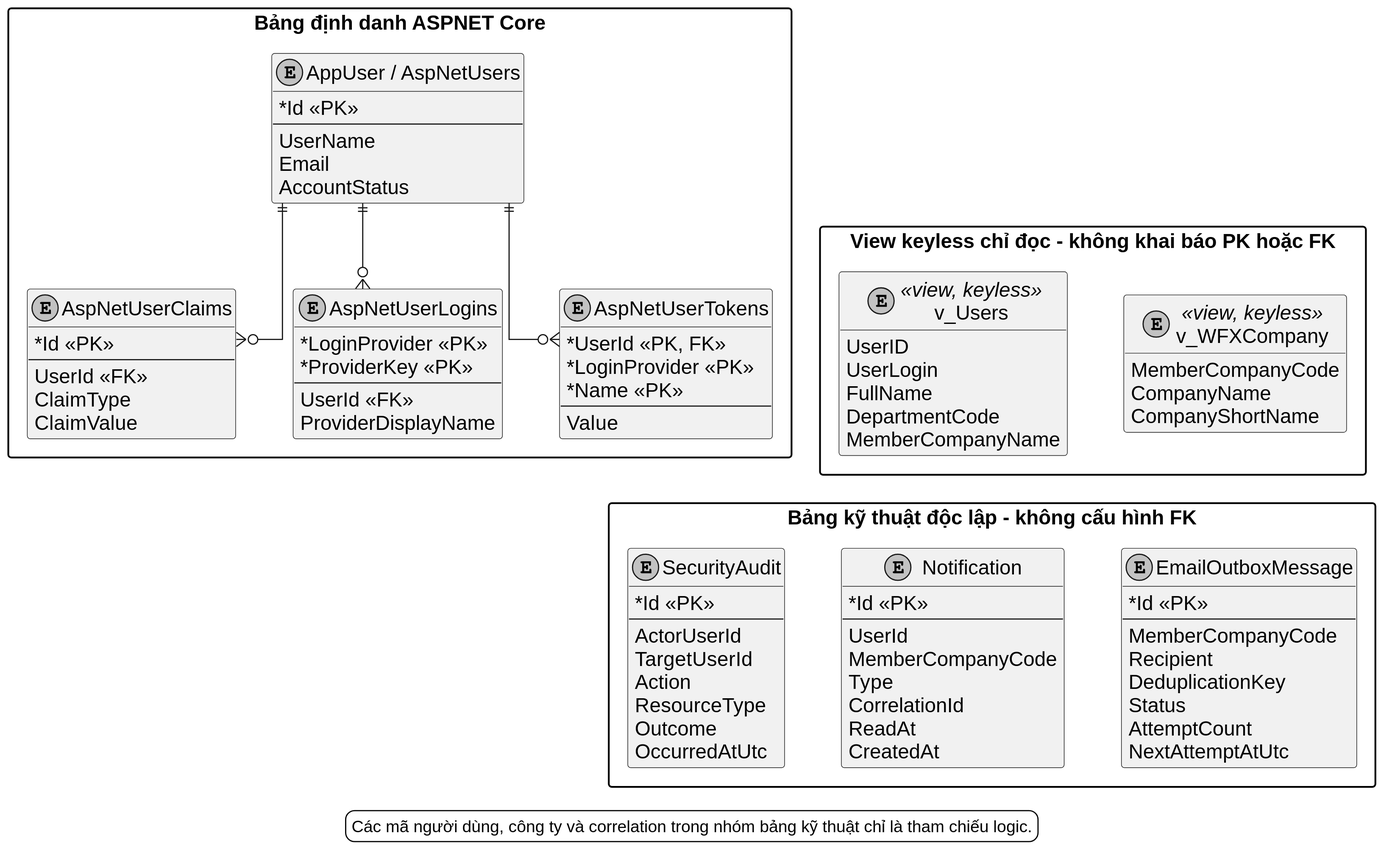
Before: LVTN/diagrams/ch03/data-models/07-logical-identity-views-technical.svg, a diagram exported from PlantUML (Miikey24s/gtas_vpp). Source of this version:
```plantuml
@startuml
top to bottom direction
skinparam backgroundColor white
skinparam dpi 192
skinparam defaultFontName Arial
skinparam defaultFontSize 17
skinparam monochrome true
skinparam shadowing false
skinparam linetype ortho
skinparam nodesep 48
skinparam ranksep 58
skinparam packageStyle rectangle
skinparam classAttributeIconSize 0
hide methods

package "Bảng định danh ASPNET Core" as IdentityTables {
  entity "AppUser / AspNetUsers" as AppUser {
    * Id <<PK>>
    --
    UserName
    Email
    AccountStatus
  }

  entity "AspNetUserClaims" as Claims {
    * Id <<PK>>
    --
    UserId <<FK>>
    ClaimType
    ClaimValue
  }

  entity "AspNetUserLogins" as Logins {
    * LoginProvider <<PK>>
    * ProviderKey <<PK>>
    --
    UserId <<FK>>
    ProviderDisplayName
  }

  entity "AspNetUserTokens" as Tokens {
    * UserId <<PK, FK>>
    * LoginProvider <<PK>>
    * Name <<PK>>
    --
    Value
  }

  AppUser ||--o{ Claims
  AppUser ||--o{ Logins
  AppUser ||--o{ Tokens
  Claims -[hidden]right- Logins
  Logins -[hidden]right- Tokens
  AppUser -[hidden]down- Logins
}

package "View keyless chỉ đọc - không khai báo PK hoặc FK" as KeylessViews {
  entity "v_Users" as UsersView <<view, keyless>> {
    UserID
    UserLogin
    FullName
    DepartmentCode
    MemberCompanyName
  }

  entity "v_WFXCompany" as CompanyView <<view, keyless>> {
    MemberCompanyCode
    CompanyName
    CompanyShortName
  }

  UsersView -[hidden]right- CompanyView
}

package "Bảng kỹ thuật độc lập - không cấu hình FK" as TechnicalTables {
  entity "SecurityAudit" as SecurityAudit {
    * Id <<PK>>
    --
    ActorUserId
    TargetUserId
    Action
    ResourceType
    Outcome
    OccurredAtUtc
  }

  entity "Notification" as Notification {
    * Id <<PK>>
    --
    UserId
    MemberCompanyCode
    Type
    CorrelationId
    ReadAt
    CreatedAt
  }

  entity "EmailOutboxMessage" as EmailOutbox {
    * Id <<PK>>
    --
    MemberCompanyCode
    Recipient
    DeduplicationKey
    Status
    AttemptCount
    NextAttemptAtUtc
  }

  SecurityAudit -[hidden]right- Notification
  Notification -[hidden]right- EmailOutbox
}

AppUser -[hidden]down- UsersView
UsersView -[hidden]down- Notification

legend bottom
  Các mã người dùng, công ty và correlation trong nhóm bảng kỹ thuật chỉ là tham chiếu logic.
endlegend
@enduml
```
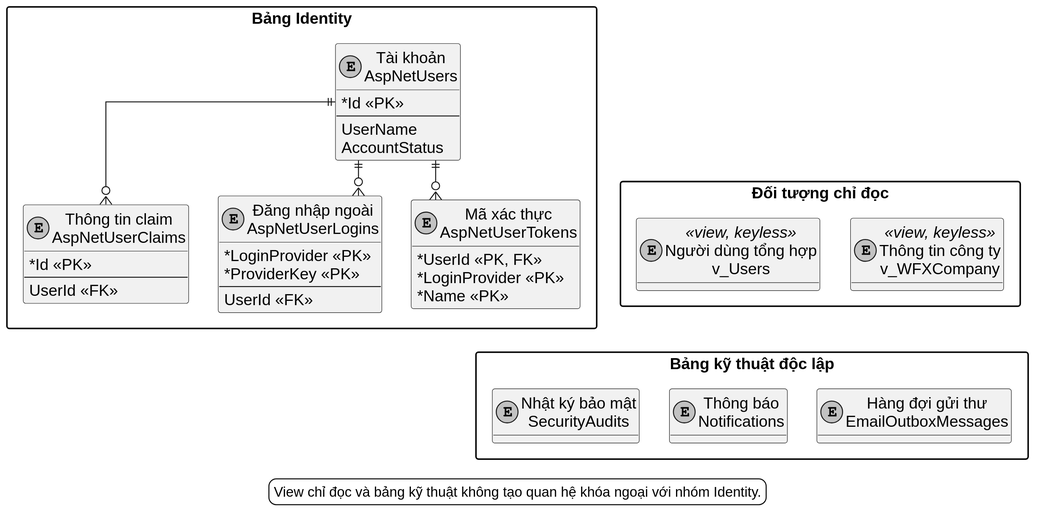
Later version of the same file.

Diff of the diagram source:
```diff
@@ -1,119 +1,66 @@
 @startuml
 top to bottom direction
 skinparam backgroundColor white
-skinparam dpi 192
+skinparam dpi 160
 skinparam defaultFontName Arial
-skinparam defaultFontSize 17
+skinparam defaultFontSize 16
 skinparam monochrome true
 skinparam shadowing false
 skinparam linetype ortho
-skinparam nodesep 48
-skinparam ranksep 58
+skinparam nodesep 30
+skinparam ranksep 36
 skinparam packageStyle rectangle
 skinparam classAttributeIconSize 0
 hide methods
 
-package "Bảng định danh ASPNET Core" as IdentityTables {
-  entity "AppUser / AspNetUsers" as AppUser {
+package "Bảng Identity" {
+  entity "Tài khoản\nAspNetUsers" as User {
     * Id <<PK>>
     --
     UserName
-    Email
     AccountStatus
   }
-
-  entity "AspNetUserClaims" as Claims {
+  entity "Thông tin claim\nAspNetUserClaims" as Claims {
     * Id <<PK>>
     --
     UserId <<FK>>
-    ClaimType
-    ClaimValue
   }
-
-  entity "AspNetUserLogins" as Logins {
+  entity "Đăng nhập ngoài\nAspNetUserLogins" as Logins {
     * LoginProvider <<PK>>
     * ProviderKey <<PK>>
     --
     UserId <<FK>>
-    ProviderDisplayName
   }
-
-  entity "AspNetUserTokens" as Tokens {
+  entity "Mã xác thực\nAspNetUserTokens" as Tokens {
     * UserId <<PK, FK>>
     * LoginProvider <<PK>>
     * Name <<PK>>
-    --
-    Value
   }
-
-  AppUser ||--o{ Claims
-  AppUser ||--o{ Logins
-  AppUser ||--o{ Tokens
-  Claims -[hidden]right- Logins
-  Logins -[hidden]right- Tokens
-  AppUser -[hidden]down- Logins
 }
 
-package "View keyless chỉ đọc - không khai báo PK hoặc FK" as KeylessViews {
-  entity "v_Users" as UsersView <<view, keyless>> {
-    UserID
-    UserLogin
-    FullName
-    DepartmentCode
-    MemberCompanyName
-  }
-
-  entity "v_WFXCompany" as CompanyView <<view, keyless>> {
-    MemberCompanyCode
-    CompanyName
-    CompanyShortName
-  }
-
-  UsersView -[hidden]right- CompanyView
+package "Đối tượng chỉ đọc" {
+  entity "Người dùng tổng hợp\nv_Users" as UsersView <<view, keyless>>
+  entity "Thông tin công ty\nv_WFXCompany" as CompanyView <<view, keyless>>
 }
 
-package "Bảng kỹ thuật độc lập - không cấu hình FK" as TechnicalTables {
-  entity "SecurityAudit" as SecurityAudit {
-    * Id <<PK>>
-    --
-    ActorUserId
-    TargetUserId
-    Action
-    ResourceType
-    Outcome
-    OccurredAtUtc
-  }
-
-  entity "Notification" as Notification {
-    * Id <<PK>>
-    --
-    UserId
-    MemberCompanyCode
-    Type
-    CorrelationId
-    ReadAt
-    CreatedAt
-  }
-
-  entity "EmailOutboxMessage" as EmailOutbox {
-    * Id <<PK>>
-    --
-    MemberCompanyCode
-    Recipient
-    DeduplicationKey
-    Status
-    AttemptCount
-    NextAttemptAtUtc
-  }
-
-  SecurityAudit -[hidden]right- Notification
-  Notification -[hidden]right- EmailOutbox
+package "Bảng kỹ thuật độc lập" {
+  entity "Nhật ký bảo mật\nSecurityAudits" as Audit
+  entity "Thông báo\nNotifications" as Notification
+  entity "Hàng đợi gửi thư\nEmailOutboxMessages" as Outbox
 }
 
-AppUser -[hidden]down- UsersView
+User ||--o{ Claims
+User ||--o{ Logins
+User ||--o{ Tokens
+Claims -[hidden]right- Logins
+Logins -[hidden]right- Tokens
+UsersView -[hidden]right- CompanyView
+Audit -[hidden]right- Notification
+Notification -[hidden]right- Outbox
+User -[hidden]down- UsersView
 UsersView -[hidden]down- Notification
 
 legend bottom
-  Các mã người dùng, công ty và correlation trong nhóm bảng kỹ thuật chỉ là tham chiếu logic.
+  View chỉ đọc và bảng kỹ thuật không tạo quan hệ khóa ngoại với nhóm Identity.
 endlegend
 @enduml
```
